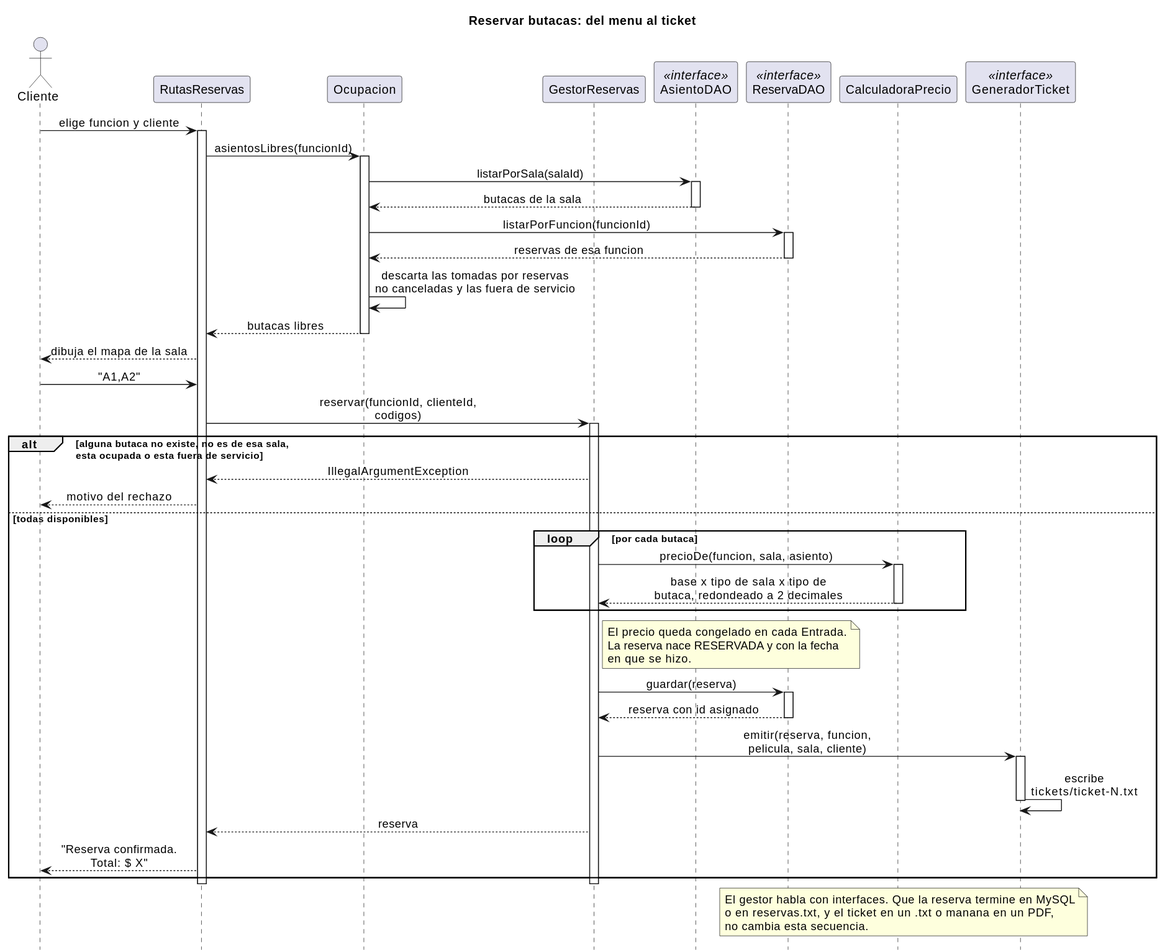
Earlier version of the PlantUML export cine-backend/docs/diagramas/secuencia-reserva.svg (andreiveisuade/cine-uade).
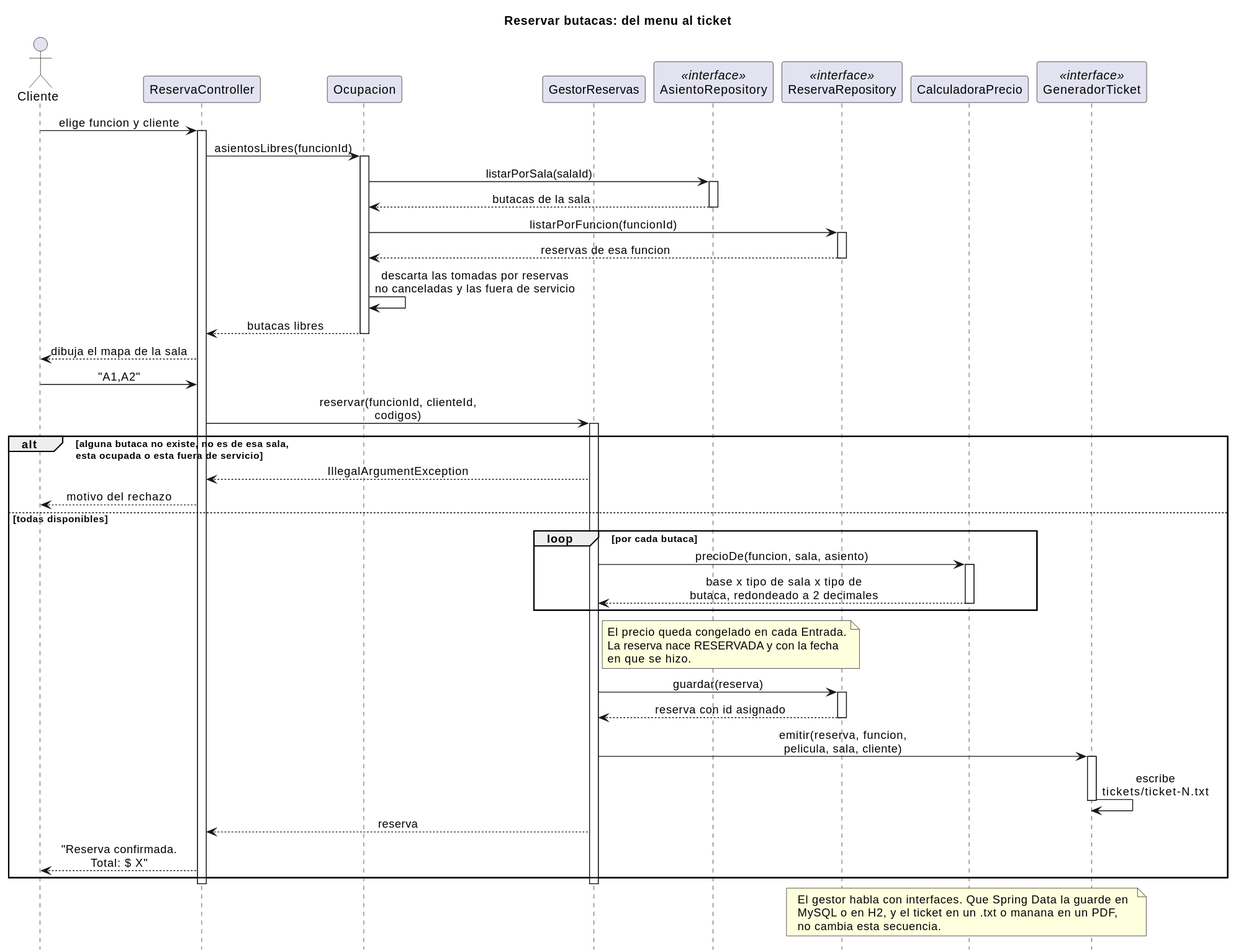
Above is the later version.

Change to the diagram source:
```diff
@@ -5,11 +5,11 @@
 hide footbox
 
 actor Cliente
-participant "RutasReservas" as UI
+participant "ReservaController" as UI
 participant "Ocupacion" as Ocupacion
 participant "GestorReservas" as Gestor
-participant "AsientoDAO" as Asientos <<interface>>
-participant "ReservaDAO" as DAO <<interface>>
+participant "AsientoRepository" as Asientos <<interface>>
+participant "ReservaRepository" as DAO <<interface>>
 participant "CalculadoraPrecio" as Precio
 participant "GeneradorTicket" as Ticket <<interface>>
 
@@ -70,8 +70,8 @@
 deactivate UI
 
 note over DAO, Ticket
-  El gestor habla con interfaces. Que la reserva termine en MySQL
-  o en reservas.txt, y el ticket en un .txt o manana en un PDF,
+  El gestor habla con interfaces. Que Spring Data la guarde en
+  MySQL o en H2, y el ticket en un .txt o manana en un PDF,
   no cambia esta secuencia.
 end note
 @enduml
```
